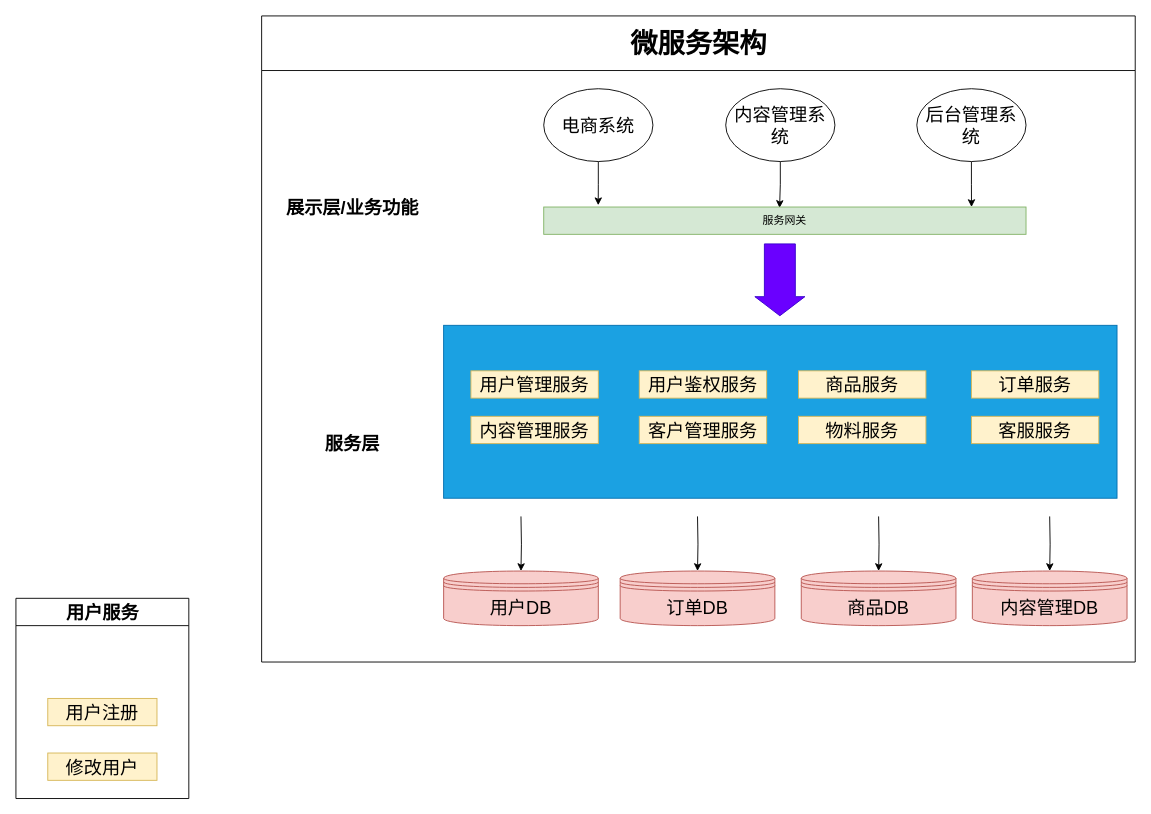
The draw.io diagram microservice/ms.drawio in igdnss/blog, before the edit. Source tidied: cells renumbered, new cells numbered last; positions are measured from the earlier drawing's top-left corner, leaving out a move shared by most shapes. Both pictures are drawn from the tidied source at 91%, with x=0, y=0 at pixel (15, 15).
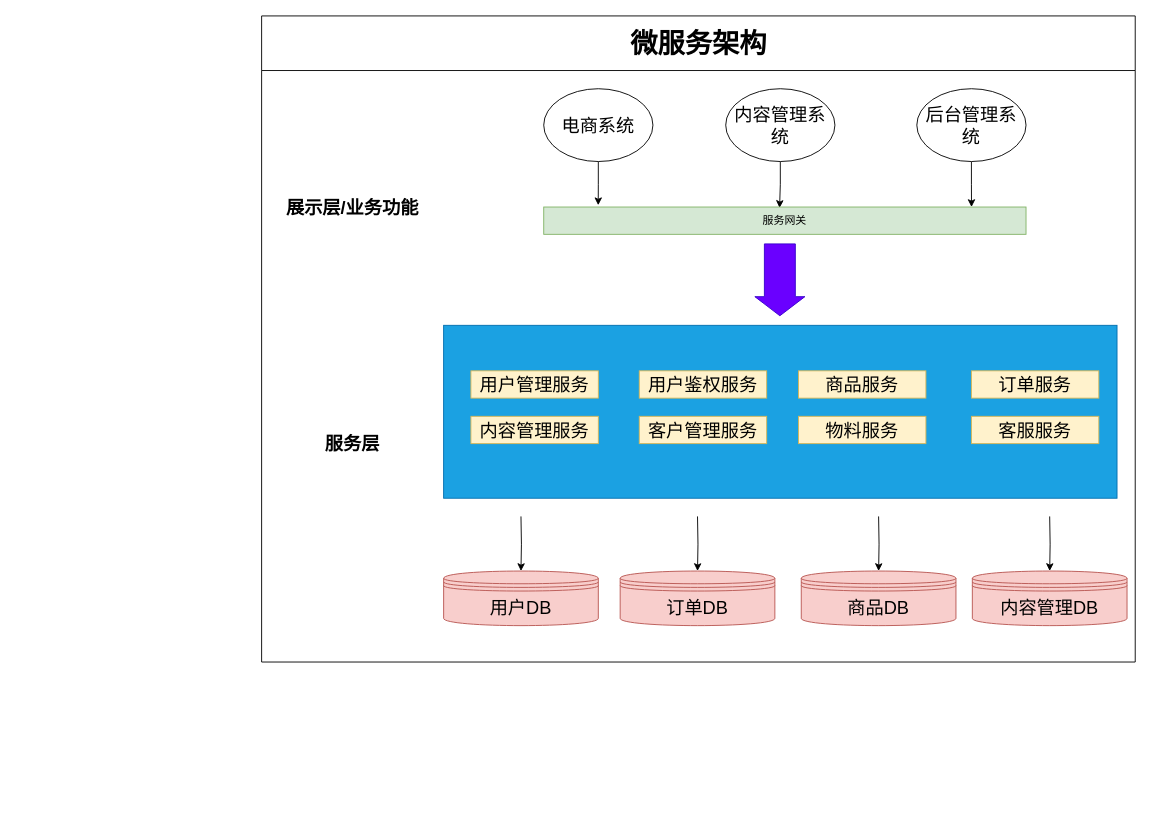
After the change.

Unchanged cells that the change refers to:
```xml
<mxCell id="2" value="微服务架构" style="swimlane;html=1;startSize=60;horizontal=1;containerType=tree;newEdgeStyle={&quot;edgeStyle&quot;:&quot;elbowEdgeStyle&quot;,&quot;startArrow&quot;:&quot;none&quot;,&quot;endArrow&quot;:&quot;none&quot;};fontSize=30;fontStyle=1;" parent="1" vertex="1">
  <mxGeometry x="270" width="960" height="710" as="geometry" />
</mxCell>
```

Change to the diagram source:
```diff
@@
-    <mxCell id="12" value="用户服务" style="swimlane;html=1;startSize=30;horizontal=1;containerType=tree;newEdgeStyle={&quot;edgeStyle&quot;:&quot;elbowEdgeStyle&quot;,&quot;startArrow&quot;:&quot;none&quot;,&quot;endArrow&quot;:&quot;none&quot;};fontSize=20;" parent="2" vertex="1">
-      <mxGeometry x="-270" y="640" width="190" height="220" as="geometry" />
-    </mxCell>
-    <mxCell id="13" value="用户注册" style="rounded=0;whiteSpace=wrap;html=1;fillColor=#fff2cc;strokeColor=#d6b656;fontSize=20;" parent="12" vertex="1">
-      <mxGeometry x="35" y="110" width="120" height="30" as="geometry" />
-    </mxCell>
-    <mxCell id="14" value="修改用户" style="rounded=0;whiteSpace=wrap;html=1;fillColor=#fff2cc;strokeColor=#d6b656;fontSize=20;" parent="12" vertex="1">
-      <mxGeometry x="35" y="170" width="120" height="30" as="geometry" />
-    </mxCell>
```
